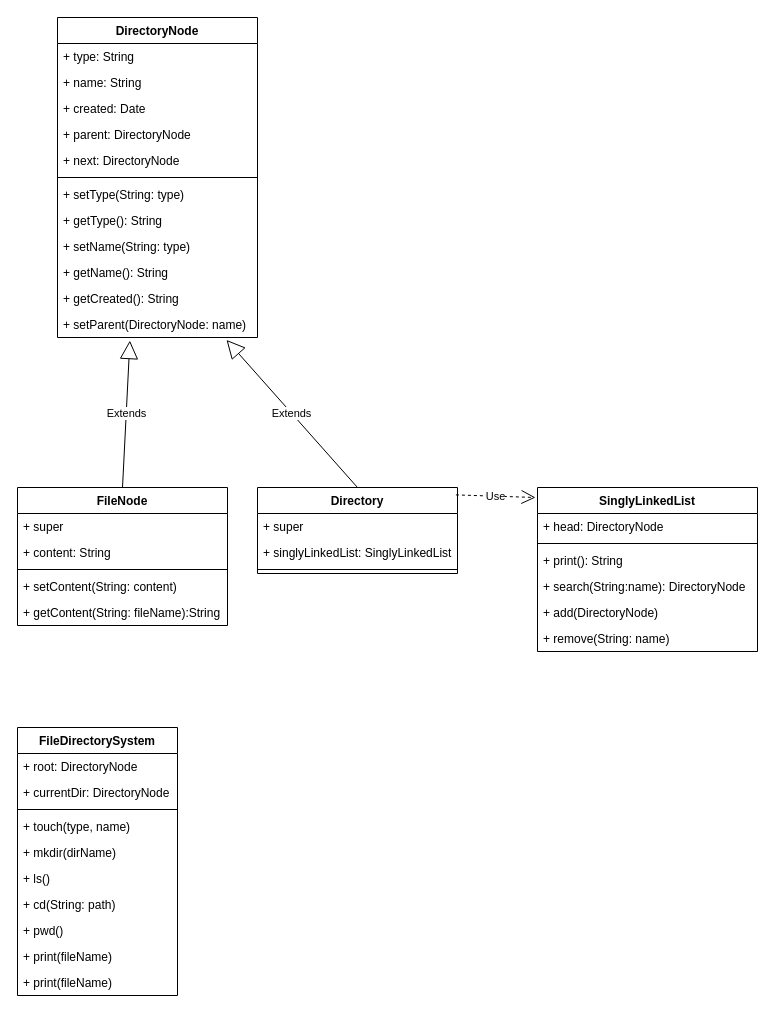
Earlier version of the draw.io diagram classDiagram.drawio (Takasu-y/file_directory_system). Source tidied: cells renumbered, new cells numbered last; positions are measured from the earlier drawing's top-left corner, leaving out a move shared by most shapes. Both pictures are drawn from the tidied source at 100%, with x=0, y=0 at pixel (17, 17).
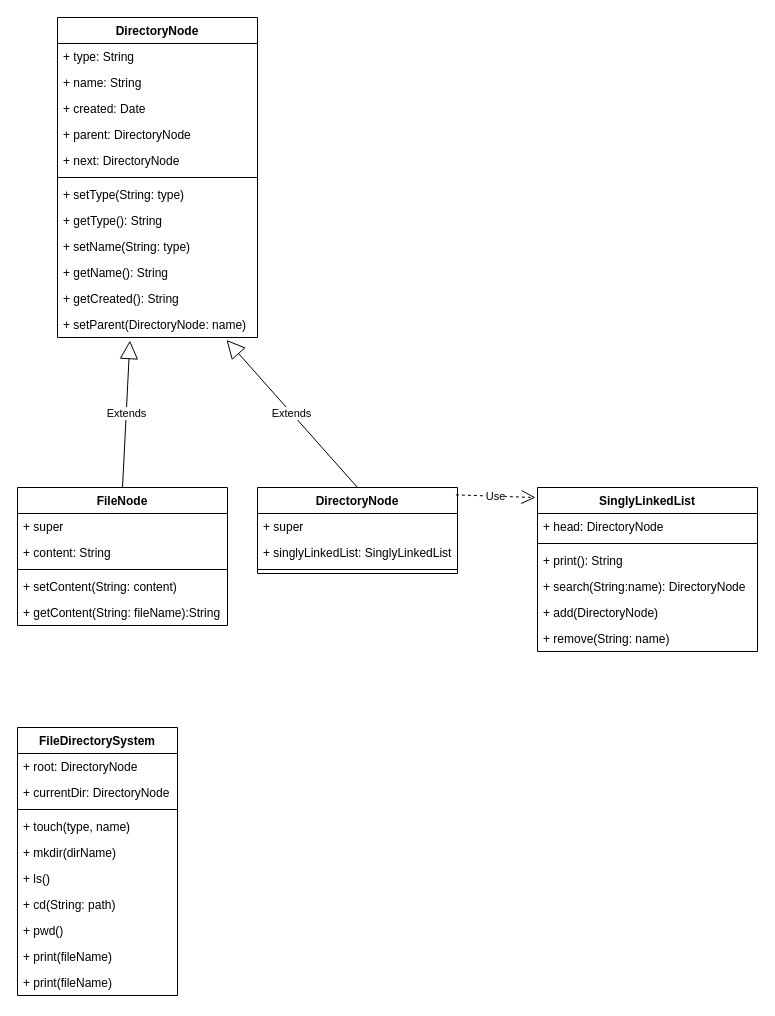
After the change.

The edit, as a diff of the source:
```diff
@@
-    <mxCell id="22" value="Directory" style="swimlane;fontStyle=1;align=center;verticalAlign=top;horizontal=1;startSize=26;" parent="1" vertex="1">
+    <mxCell id="22" value="DirectoryNode" style="swimlane;fontStyle=1;align=center;verticalAlign=top;horizontal=1;startSize=26;" parent="1" vertex="1">
       <mxGeometry x="240" y="470" width="200" height="86" as="geometry" />
     </mxCell>
```
